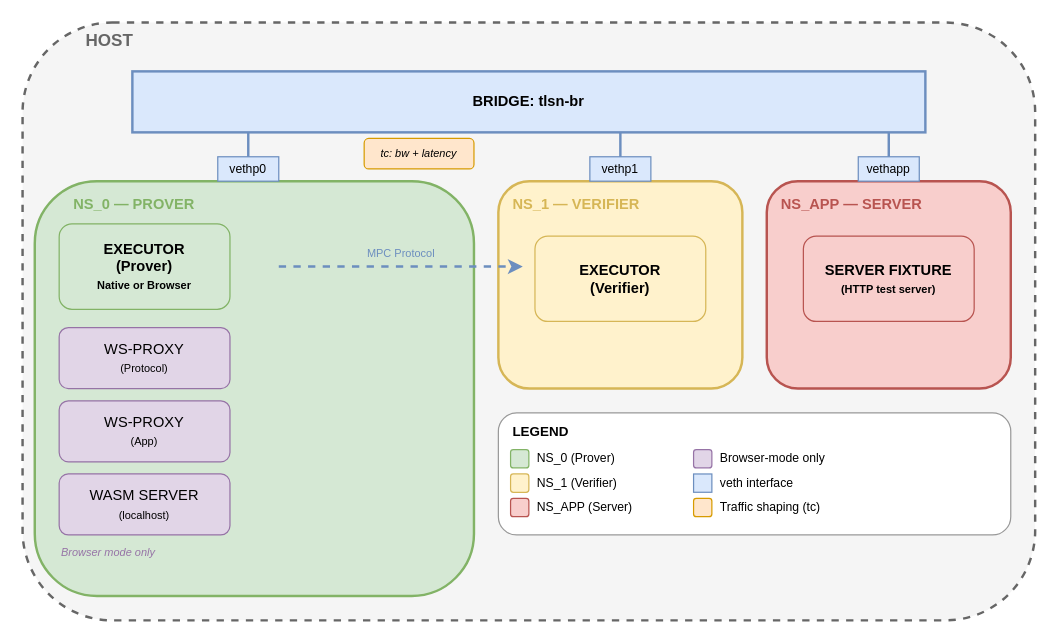
This is blog/2026-01-31-tlsnotary-test-harness/topology.drawio from tlsnotary/website, a draw.io file, before an edit. Source tidied: cells renumbered, new cells numbered last; positions are measured from the earlier drawing's top-left corner, leaving out a move shared by most shapes. Both pictures are drawn from the tidied source at 122%, with x=0, y=0 at pixel (22, 22).
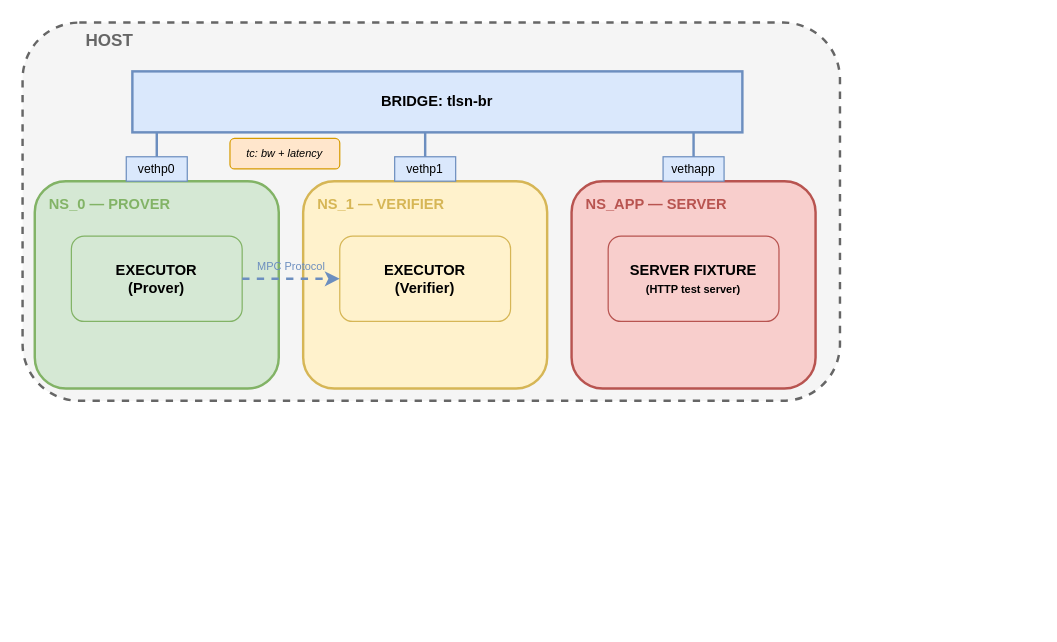
After the change.

Change to the diagram source:
```diff
@@
     <mxCell id="2" style="rounded=1;whiteSpace=wrap;html=1;fillColor=#f5f5f5;strokeColor=#666666;strokeWidth=2;dashed=1;" parent="1" vertex="1">
-      <mxGeometry width="830" height="490" as="geometry" />
+      <mxGeometry width="670" height="310" as="geometry" />
     </mxCell>
@@
     <mxCell id="4" value="BRIDGE: tlsn-br" style="rounded=0;whiteSpace=wrap;html=1;fillColor=#dae8fc;strokeColor=#6c8ebf;strokeWidth=2;fontStyle=1;" parent="1" vertex="1">
-      <mxGeometry x="90" y="40" width="650" height="50" as="geometry" />
+      <mxGeometry x="90" y="40" width="500" height="50" as="geometry" />
     </mxCell>
     <mxCell id="5" style="rounded=1;whiteSpace=wrap;html=1;fillColor=#d5e8d4;strokeColor=#82b366;strokeWidth=2;" parent="1" vertex="1">
-      <mxGeometry x="10" y="130" width="360" height="340" as="geometry" />
+      <mxGeometry x="10" y="130" width="200" height="170" as="geometry" />
     </mxCell>
     <mxCell id="6" value="NS_0 — PROVER" style="text;html=1;strokeColor=none;fillColor=none;align=left;verticalAlign=top;fontSize=12;fontStyle=1;fontColor=#82b366;" parent="1" vertex="1">
-      <mxGeometry x="40" y="135" width="150" height="20" as="geometry" />
+      <mxGeometry x="20" y="135" width="150" height="20" as="geometry" />
     </mxCell>
     <mxCell id="7" style="rounded=1;whiteSpace=wrap;html=1;fillColor=#fff2cc;strokeColor=#d6b656;strokeWidth=2;" parent="1" vertex="1">
-      <mxGeometry x="390" y="130" width="200" height="170" as="geometry" />
+      <mxGeometry x="230" y="130" width="200" height="170" as="geometry" />
     </mxCell>
     <mxCell id="8" value="NS_1 — VERIFIER" style="text;html=1;strokeColor=none;fillColor=none;align=left;verticalAlign=top;fontSize=12;fontStyle=1;fontColor=#d6b656;" parent="1" vertex="1">
-      <mxGeometry x="400" y="135" width="150" height="20" as="geometry" />
+      <mxGeometry x="240" y="135" width="150" height="20" as="geometry" />
     </mxCell>
     <mxCell id="9" style="rounded=1;whiteSpace=wrap;html=1;fillColor=#f8cecc;strokeColor=#b85450;strokeWidth=2;" parent="1" vertex="1">
-      <mxGeometry x="610" y="130" width="200" height="170" as="geometry" />
+      <mxGeometry x="450" y="130" width="200" height="170" as="geometry" />
     </mxCell>
     <mxCell id="10" value="NS_APP — SERVER" style="text;html=1;strokeColor=none;fillColor=none;align=left;verticalAlign=top;fontSize=12;fontStyle=1;fontColor=#b85450;" parent="1" vertex="1">
-      <mxGeometry x="620" y="135" width="150" height="20" as="geometry" />
+      <mxGeometry x="460" y="135" width="150" height="20" as="geometry" />
     </mxCell>
     <mxCell id="11" value="vethp0" style="rounded=0;whiteSpace=wrap;html=1;fillColor=#dae8fc;strokeColor=#6c8ebf;fontSize=10;" parent="1" vertex="1">
-      <mxGeometry x="160" y="110" width="50" height="20" as="geometry" />
+      <mxGeometry x="85" y="110" width="50" height="20" as="geometry" />
     </mxCell>
     <mxCell id="12" value="vethp1" style="rounded=0;whiteSpace=wrap;html=1;fillColor=#dae8fc;strokeColor=#6c8ebf;fontSize=10;" parent="1" vertex="1">
-      <mxGeometry x="465" y="110" width="50" height="20" as="geometry" />
+      <mxGeometry x="305" y="110" width="50" height="20" as="geometry" />
     </mxCell>
     <mxCell id="13" value="vethapp" style="rounded=0;whiteSpace=wrap;html=1;fillColor=#dae8fc;strokeColor=#6c8ebf;fontSize=10;" parent="1" vertex="1">
-      <mxGeometry x="685" y="110" width="50" height="20" as="geometry" />
+      <mxGeometry x="525" y="110" width="50" height="20" as="geometry" />
     </mxCell>
     <mxCell id="14" style="endArrow=none;html=1;strokeWidth=2;strokeColor=#6c8ebf;" parent="1" edge="1">
       <mxGeometry relative="1" as="geometry">
-        <mxPoint x="185" y="110" as="sourcePoint" />
-        <mxPoint x="185" y="90" as="targetPoint" />
+        <mxPoint x="110" y="110" as="sourcePoint" />
+        <mxPoint x="110" y="90" as="targetPoint" />
       </mxGeometry>
     </mxCell>
     <mxCell id="15" style="endArrow=none;html=1;strokeWidth=2;strokeColor=#6c8ebf;" parent="1" edge="1">
       <mxGeometry relative="1" as="geometry">
-        <mxPoint x="490" y="110" as="sourcePoint" />
-        <mxPoint x="490" y="90" as="targetPoint" />
+        <mxPoint x="330" y="110" as="sourcePoint" />
+        <mxPoint x="330" y="90" as="targetPoint" />
       </mxGeometry>
     </mxCell>
     <mxCell id="16" style="endArrow=none;html=1;strokeWidth=2;strokeColor=#6c8ebf;" parent="1" edge="1">
       <mxGeometry relative="1" as="geometry">
-        <mxPoint x="710" y="110" as="sourcePoint" />
-        <mxPoint x="710" y="90" as="targetPoint" />
+        <mxPoint x="550" y="110" as="sourcePoint" />
+        <mxPoint x="550" y="90" as="targetPoint" />
       </mxGeometry>
     </mxCell>
     <mxCell id="17" value="tc: bw + latency" style="rounded=1;whiteSpace=wrap;html=1;fillColor=#ffe6cc;strokeColor=#d79b00;fontSize=9;fontStyle=2;" parent="1" vertex="1">
-      <mxGeometry x="280" y="95" width="90" height="25" as="geometry" />
+      <mxGeometry x="170" y="95" width="90" height="25" as="geometry" />
     </mxCell>
-    <mxCell id="18" value="EXECUTOR&lt;br&gt;(Prover)&lt;br&gt;&lt;font style=&quot;font-size: 9px;&quot;&gt;Native or Browser&lt;/font&gt;" style="rounded=1;whiteSpace=wrap;html=1;fillColor=#d5e8d4;strokeColor=#82b366;fontStyle=1;" parent="1" vertex="1">
-      <mxGeometry x="30" y="165" width="140" height="70" as="geometry" />
+    <mxCell id="18" value="EXECUTOR&lt;br&gt;(Prover)" style="rounded=1;whiteSpace=wrap;html=1;fillColor=#d5e8d4;strokeColor=#82b366;fontStyle=1;" parent="1" vertex="1">
+      <mxGeometry x="40" y="175" width="140" height="70" as="geometry" />
     </mxCell>
-    <mxCell id="19" value="WS-PROXY&lt;br&gt;&lt;font style=&quot;font-size: 9px;&quot;&gt;(Protocol)&lt;/font&gt;" style="rounded=1;whiteSpace=wrap;html=1;fillColor=#e1d5e7;strokeColor=#9673a6;" parent="1" vertex="1">
-      <mxGeometry x="30" y="250" width="140" height="50" as="geometry" />
-    </mxCell>
-    <mxCell id="20" value="WS-PROXY&lt;br&gt;&lt;font style=&quot;font-size: 9px;&quot;&gt;(App)&lt;/font&gt;" style="rounded=1;whiteSpace=wrap;html=1;fillColor=#e1d5e7;strokeColor=#9673a6;" parent="1" vertex="1">
-      <mxGeometry x="30" y="310" width="140" height="50" as="geometry" />
-    </mxCell>
-    <mxCell id="21" value="WASM SERVER&lt;br&gt;&lt;font style=&quot;font-size: 9px;&quot;&gt;(localhost)&lt;/font&gt;" style="rounded=1;whiteSpace=wrap;html=1;fillColor=#e1d5e7;strokeColor=#9673a6;" parent="1" vertex="1">
-      <mxGeometry x="30" y="370" width="140" height="50" as="geometry" />
-    </mxCell>
-    <mxCell id="22" value="Browser mode only" style="text;html=1;strokeColor=none;fillColor=none;align=left;verticalAlign=middle;fontSize=9;fontStyle=2;fontColor=#9673a6;" parent="1" vertex="1">
-      <mxGeometry x="30" y="425" width="100" height="20" as="geometry" />
-    </mxCell>
     <mxCell id="23" value="EXECUTOR&lt;br&gt;(Verifier)" style="rounded=1;whiteSpace=wrap;html=1;fillColor=#fff2cc;strokeColor=#d6b656;fontStyle=1;" parent="1" vertex="1">
-      <mxGeometry x="420" y="175" width="140" height="70" as="geometry" />
+      <mxGeometry x="260" y="175" width="140" height="70" as="geometry" />
     </mxCell>
     <mxCell id="24" value="SERVER FIXTURE&lt;br&gt;&lt;font style=&quot;font-size: 9px;&quot;&gt;(HTTP test server)&lt;/font&gt;" style="rounded=1;whiteSpace=wrap;html=1;fillColor=#f8cecc;strokeColor=#b85450;fontStyle=1;" parent="1" vertex="1">
-      <mxGeometry x="640" y="175" width="140" height="70" as="geometry" />
+      <mxGeometry x="480" y="175" width="140" height="70" as="geometry" />
     </mxCell>
     <mxCell id="25" style="endArrow=classic;html=1;strokeWidth=2;strokeColor=#6c8ebf;dashed=1;" parent="1" edge="1">
       <mxGeometry relative="1" as="geometry">
-        <mxPoint x="210" y="200" as="sourcePoint" />
-        <mxPoint x="410" y="200" as="targetPoint" />
+        <mxPoint x="180" y="210" as="sourcePoint" />
+        <mxPoint x="260" y="210" as="targetPoint" />
       </mxGeometry>
     </mxCell>
     <mxCell id="26" value="MPC Protocol" style="text;html=1;strokeColor=none;fillColor=none;align=center;verticalAlign=middle;fontSize=9;fontColor=#6c8ebf;" parent="1" vertex="1">
-      <mxGeometry x="270" y="180" width="80" height="20" as="geometry" />
+      <mxGeometry x="180" y="190" width="80" height="20" as="geometry" />
     </mxCell>
-    <mxCell id="27" style="rounded=1;whiteSpace=wrap;html=1;fillColor=#ffffff;strokeColor=#999999;" parent="1" vertex="1">
-      <mxGeometry x="390" y="320" width="420" height="100" as="geometry" />
-    </mxCell>
-    <mxCell id="28" value="LEGEND" style="text;html=1;strokeColor=none;fillColor=none;align=left;verticalAlign=middle;fontSize=11;fontStyle=1;" parent="1" vertex="1">
-      <mxGeometry x="400" y="325" width="60" height="20" as="geometry" />
-    </mxCell>
-    <mxCell id="29" style="rounded=1;whiteSpace=wrap;html=1;fillColor=#d5e8d4;strokeColor=#82b366;" parent="1" vertex="1">
-      <mxGeometry x="400" y="350" width="15" height="15" as="geometry" />
-    </mxCell>
-    <mxCell id="30" value="NS_0 (Prover)" style="text;html=1;strokeColor=none;fillColor=none;align=left;verticalAlign=middle;fontSize=10;" parent="1" vertex="1">
-      <mxGeometry x="420" y="347" width="90" height="20" as="geometry" />
-    </mxCell>
-    <mxCell id="31" style="rounded=1;whiteSpace=wrap;html=1;fillColor=#fff2cc;strokeColor=#d6b656;" parent="1" vertex="1">
-      <mxGeometry x="400" y="370" width="15" height="15" as="geometry" />
-    </mxCell>
-    <mxCell id="32" value="NS_1 (Verifier)" style="text;html=1;strokeColor=none;fillColor=none;align=left;verticalAlign=middle;fontSize=10;" parent="1" vertex="1">
-      <mxGeometry x="420" y="367" width="90" height="20" as="geometry" />
-    </mxCell>
-    <mxCell id="33" style="rounded=1;whiteSpace=wrap;html=1;fillColor=#f8cecc;strokeColor=#b85450;" parent="1" vertex="1">
-      <mxGeometry x="400" y="390" width="15" height="15" as="geometry" />
-    </mxCell>
-    <mxCell id="34" value="NS_APP (Server)" style="text;html=1;strokeColor=none;fillColor=none;align=left;verticalAlign=middle;fontSize=10;" parent="1" vertex="1">
-      <mxGeometry x="420" y="387" width="100" height="20" as="geometry" />
-    </mxCell>
-    <mxCell id="35" style="rounded=1;whiteSpace=wrap;html=1;fillColor=#e1d5e7;strokeColor=#9673a6;" parent="1" vertex="1">
-      <mxGeometry x="550" y="350" width="15" height="15" as="geometry" />
-    </mxCell>
-    <mxCell id="36" value="Browser-mode only" style="text;html=1;strokeColor=none;fillColor=none;align=left;verticalAlign=middle;fontSize=10;" parent="1" vertex="1">
-      <mxGeometry x="570" y="347" width="110" height="20" as="geometry" />
-    </mxCell>
-    <mxCell id="37" style="rounded=0;whiteSpace=wrap;html=1;fillColor=#dae8fc;strokeColor=#6c8ebf;" parent="1" vertex="1">
-      <mxGeometry x="550" y="370" width="15" height="15" as="geometry" />
-    </mxCell>
-    <mxCell id="38" value="veth interface" style="text;html=1;strokeColor=none;fillColor=none;align=left;verticalAlign=middle;fontSize=10;" parent="1" vertex="1">
-      <mxGeometry x="570" y="367" width="80" height="20" as="geometry" />
-    </mxCell>
-    <mxCell id="39" style="rounded=1;whiteSpace=wrap;html=1;fillColor=#ffe6cc;strokeColor=#d79b00;" parent="1" vertex="1">
-      <mxGeometry x="550" y="390" width="15" height="15" as="geometry" />
-    </mxCell>
-    <mxCell id="40" value="Traffic shaping (tc)" style="text;html=1;strokeColor=none;fillColor=none;align=left;verticalAlign=middle;fontSize=10;" parent="1" vertex="1">
-      <mxGeometry x="570" y="387" width="110" height="20" as="geometry" />
-    </mxCell>
```
